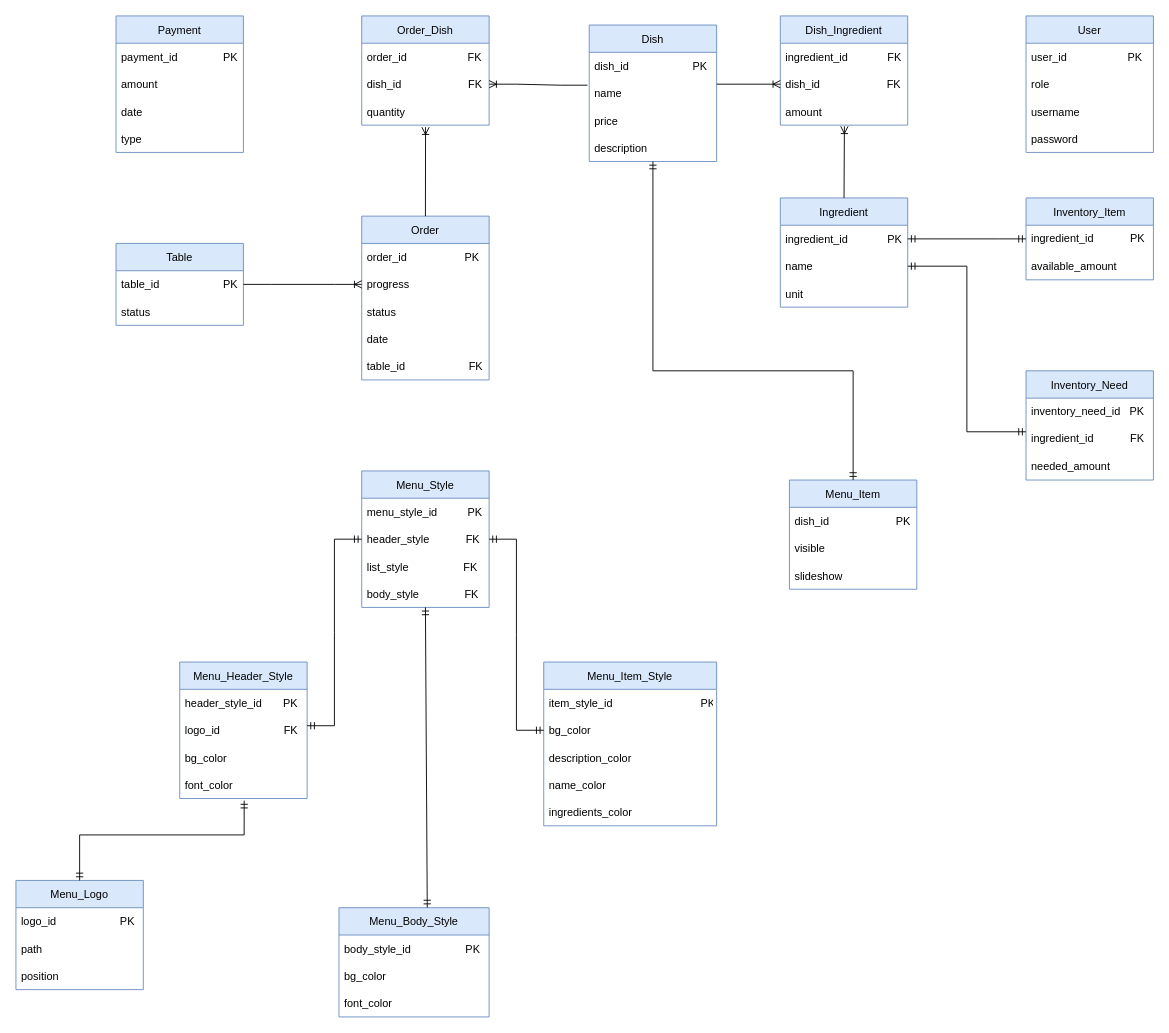
Above: diagrams/ERD.drawio in jadhamwi31/quickq (draw.io), before the change. Source tidied: cells renumbered, new cells numbered last; positions are measured from the earlier drawing's top-left corner, leaving out a move shared by most shapes. Both pictures are drawn from the tidied source at 91%, with x=0, y=0 at pixel (15, 15).
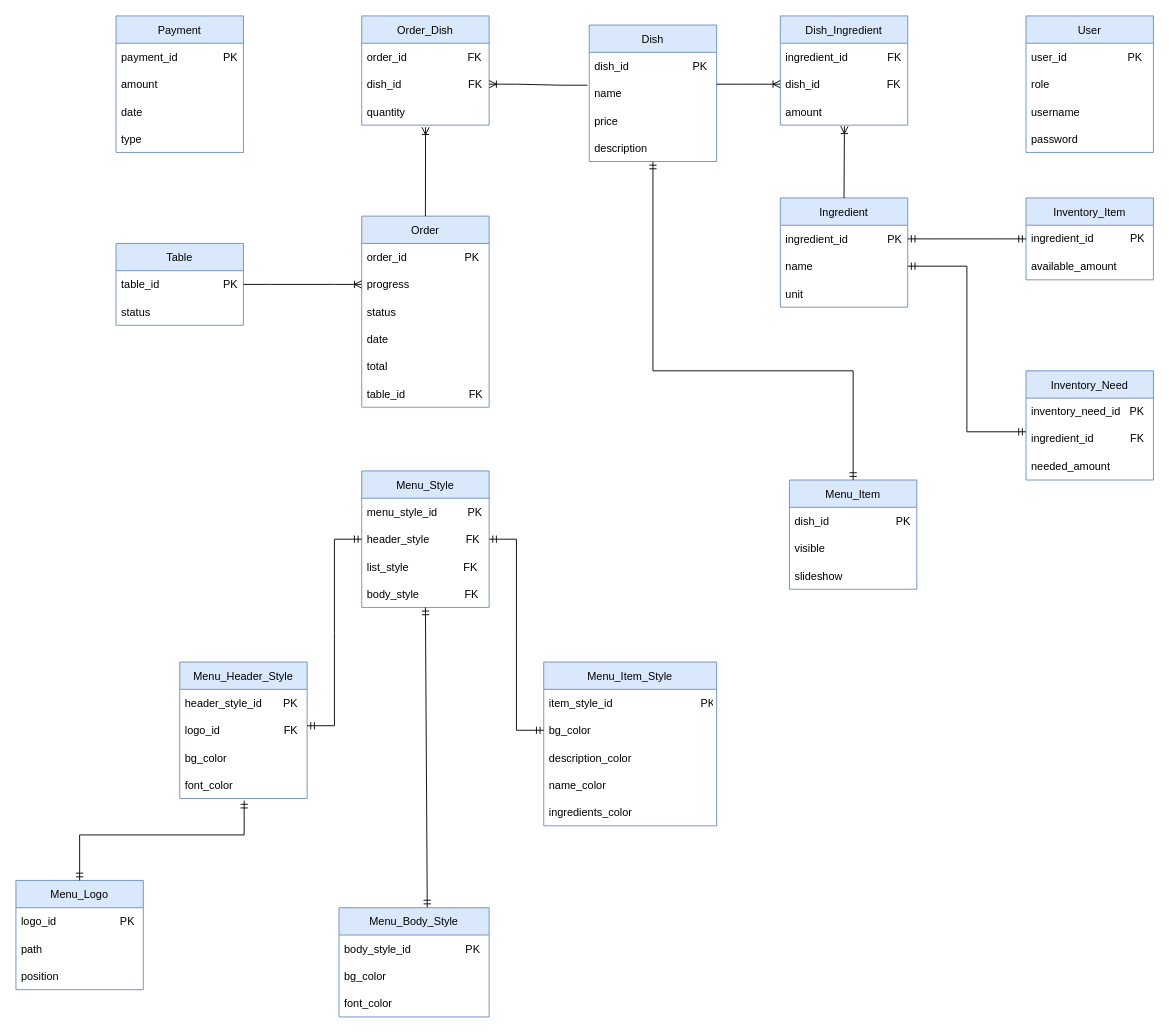
After the change.

The edit, as a diff of the source:
```diff
@@
     <mxCell id="2" value="Order" style="swimlane;fontStyle=0;horizontal=1;startSize=30;fillColor=#dae8fc;strokeColor=#6c8ebf;" parent="1" vertex="1">
-      <mxGeometry x="380" y="220" width="140" height="180" as="geometry" />
+      <mxGeometry x="380" y="220" width="140" height="210" as="geometry" />
     </mxCell>
@@
+    <mxCell id="85" value="total" style="text;strokeColor=none;fillColor=none;align=left;verticalAlign=middle;spacingLeft=4;spacingRight=4;overflow=hidden;" parent="2" vertex="1">
+      <mxGeometry y="150" width="140" height="30" as="geometry" />
+    </mxCell>
     <mxCell id="7" value="table_id                     FK" style="text;strokeColor=none;fillColor=none;align=left;verticalAlign=middle;spacingLeft=4;spacingRight=4;overflow=hidden;" parent="2" vertex="1">
-      <mxGeometry y="150" width="140" height="30" as="geometry" />
+      <mxGeometry y="180" width="140" height="30" as="geometry" />
     </mxCell>
```
